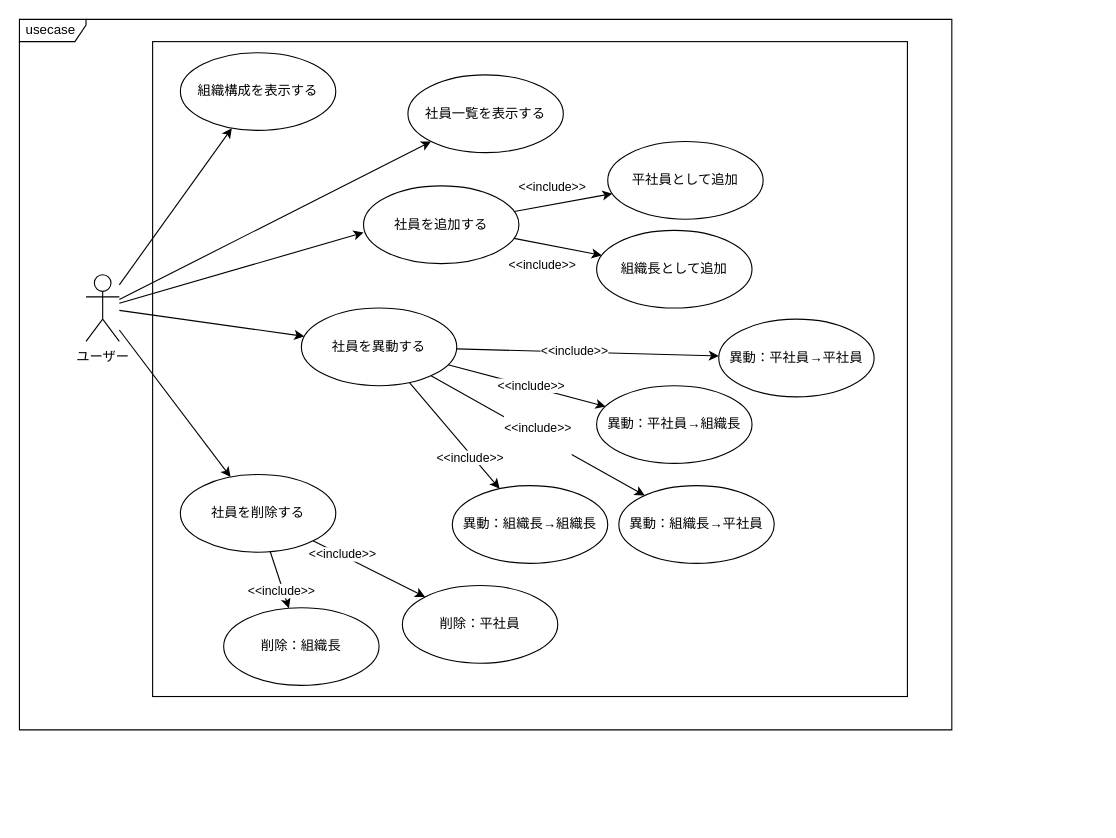
Before: page "ページ1" (1 of 2) of Designs/ユースケース/Usecases.drawio in bosssanovar/LightMvvmSample, a draw.io diagram. Source tidied: cells renumbered, new cells numbered last; positions are measured from the earlier drawing's top-left corner, leaving out a move shared by most shapes. Both pictures are drawn from the tidied source at 111%, with x=0, y=0 at pixel (19, 19).
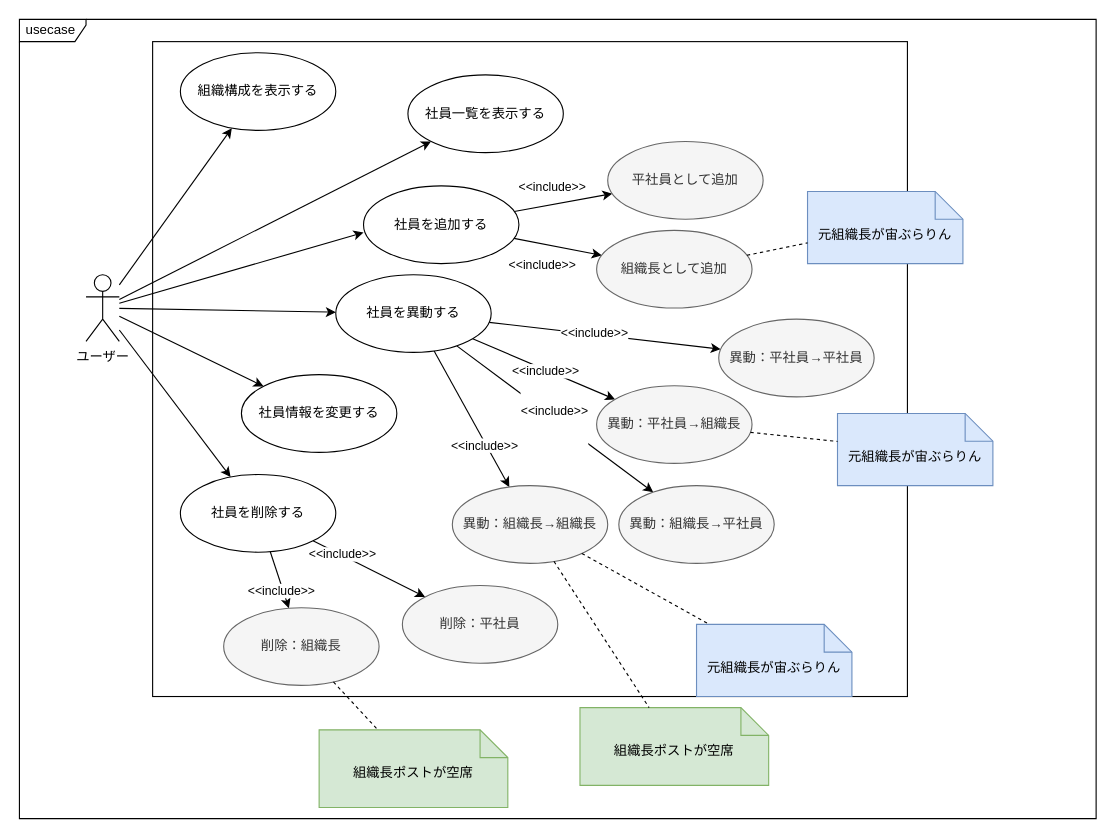
After the change.

Unchanged cells that the change refers to:
```xml
<mxCell id="27" value="ユーザー" style="shape=umlActor;verticalLabelPosition=bottom;verticalAlign=top;html=1;" parent="1" vertex="1">
  <mxGeometry x="60" y="230" width="30" height="60" as="geometry" />
</mxCell>
```

Diff of the diagram source:
```diff
@@
     <mxCell id="2" value="usecase&amp;nbsp;" style="shape=umlFrame;whiteSpace=wrap;html=1;width=60;height=20;swimlaneFillColor=#FFFFFF;" parent="1" vertex="1">
-      <mxGeometry width="840" height="640" as="geometry" />
+      <mxGeometry width="970" height="720" as="geometry" />
     </mxCell>
@@
     <mxCell id="16" value="社員を異動する" style="ellipse;whiteSpace=wrap;html=1;" parent="1" vertex="1">
-      <mxGeometry x="254" y="260" width="140" height="70" as="geometry" />
+      <mxGeometry x="285" y="230" width="140" height="70" as="geometry" />
     </mxCell>
@@
+    <mxCell id="38" style="edgeStyle=none;html=1;" parent="1" edge="1" source="27" target="39">
+      <mxGeometry relative="1" as="geometry" />
+    </mxCell>
@@
-    <mxCell id="30" value="平社員として追加" style="ellipse;whiteSpace=wrap;html=1;" parent="1" vertex="1">
+    <mxCell id="30" value="平社員として追加" style="ellipse;whiteSpace=wrap;html=1;fillColor=#f5f5f5;fontColor=#333333;strokeColor=#666666;" parent="1" vertex="1">
       <mxGeometry x="530" y="110" width="140" height="70" as="geometry" />
     </mxCell>
-    <mxCell id="31" value="組織長として追加" style="ellipse;whiteSpace=wrap;html=1;" parent="1" vertex="1">
+    <mxCell id="31" value="組織長として追加" style="ellipse;whiteSpace=wrap;html=1;fillColor=#f5f5f5;fontColor=#333333;strokeColor=#666666;" parent="1" vertex="1">
       <mxGeometry x="520" y="190" width="140" height="70" as="geometry" />
     </mxCell>
-    <mxCell id="32" value="異動：平社員→平社員" style="ellipse;whiteSpace=wrap;html=1;" parent="1" vertex="1">
+    <mxCell id="32" value="異動：平社員→平社員" style="ellipse;whiteSpace=wrap;html=1;fillColor=#f5f5f5;fontColor=#333333;strokeColor=#666666;" parent="1" vertex="1">
       <mxGeometry x="630" y="270" width="140" height="70" as="geometry" />
     </mxCell>
-    <mxCell id="33" value="異動：平社員→組織長" style="ellipse;whiteSpace=wrap;html=1;" parent="1" vertex="1">
+    <mxCell id="33" value="異動：平社員→組織長" style="ellipse;whiteSpace=wrap;html=1;fillColor=#f5f5f5;fontColor=#333333;strokeColor=#666666;" parent="1" vertex="1">
       <mxGeometry x="520" y="330" width="140" height="70" as="geometry" />
     </mxCell>
-    <mxCell id="34" value="異動：組織長→平社員" style="ellipse;whiteSpace=wrap;html=1;" parent="1" vertex="1">
+    <mxCell id="34" value="異動：組織長→平社員" style="ellipse;whiteSpace=wrap;html=1;fillColor=#f5f5f5;fontColor=#333333;strokeColor=#666666;" parent="1" vertex="1">
       <mxGeometry x="540" y="420" width="140" height="70" as="geometry" />
     </mxCell>
-    <mxCell id="35" value="異動：組織長→組織長" style="ellipse;whiteSpace=wrap;html=1;" parent="1" vertex="1">
+    <mxCell id="35" value="異動：組織長→組織長" style="ellipse;whiteSpace=wrap;html=1;fillColor=#f5f5f5;fontColor=#333333;strokeColor=#666666;" parent="1" vertex="1">
       <mxGeometry x="390" y="420" width="140" height="70" as="geometry" />
     </mxCell>
-    <mxCell id="36" value="削除：平社員" style="ellipse;whiteSpace=wrap;html=1;" parent="1" vertex="1">
+    <mxCell id="36" value="削除：平社員" style="ellipse;whiteSpace=wrap;html=1;fillColor=#f5f5f5;fontColor=#333333;strokeColor=#666666;" parent="1" vertex="1">
       <mxGeometry x="345" y="510" width="140" height="70" as="geometry" />
     </mxCell>
-    <mxCell id="37" value="削除：組織長" style="ellipse;whiteSpace=wrap;html=1;" parent="1" vertex="1">
+    <mxCell id="37" value="削除：組織長" style="ellipse;whiteSpace=wrap;html=1;fillColor=#f5f5f5;fontColor=#333333;strokeColor=#666666;" parent="1" vertex="1">
       <mxGeometry x="184" y="530" width="140" height="70" as="geometry" />
     </mxCell>
+    <mxCell id="39" value="社員情報を変更する" style="ellipse;whiteSpace=wrap;html=1;" parent="1" vertex="1">
+      <mxGeometry x="200" y="320" width="140" height="70" as="geometry" />
+    </mxCell>
+    <mxCell id="40" value="元組織長が宙ぶらりん" style="shape=note2;boundedLbl=1;whiteSpace=wrap;html=1;size=25;verticalAlign=top;align=center;fillColor=#dae8fc;strokeColor=#6c8ebf;" parent="1" vertex="1">
+      <mxGeometry x="710" y="155" width="140" height="65" as="geometry" />
+    </mxCell>
+    <mxCell id="41" value="組織長ポストが空席" style="shape=note2;boundedLbl=1;whiteSpace=wrap;html=1;size=25;verticalAlign=top;align=center;fillColor=#d5e8d4;strokeColor=#82b366;" parent="1" vertex="1">
+      <mxGeometry x="270" y="640" width="170" height="70" as="geometry" />
+    </mxCell>
+    <mxCell id="42" style="endArrow=none;dashed=1;html=1;" parent="1" edge="1" source="31" target="40">
+      <mxGeometry relative="1" as="geometry" />
+    </mxCell>
+    <mxCell id="43" value="元組織長が宙ぶらりん" style="shape=note2;boundedLbl=1;whiteSpace=wrap;html=1;size=25;verticalAlign=top;align=center;fillColor=#dae8fc;strokeColor=#6c8ebf;" parent="1" vertex="1">
+      <mxGeometry x="737" y="355" width="140" height="65" as="geometry" />
+    </mxCell>
+    <mxCell id="44" value="組織長ポストが空席" style="shape=note2;boundedLbl=1;whiteSpace=wrap;html=1;size=25;verticalAlign=top;align=center;fillColor=#d5e8d4;strokeColor=#82b366;" parent="1" vertex="1">
+      <mxGeometry x="505" y="620" width="170" height="70" as="geometry" />
+    </mxCell>
+    <mxCell id="45" value="元組織長が宙ぶらりん" style="shape=note2;boundedLbl=1;whiteSpace=wrap;html=1;size=25;verticalAlign=top;align=center;fillColor=#dae8fc;strokeColor=#6c8ebf;" parent="1" vertex="1">
+      <mxGeometry x="610" y="545" width="140" height="65" as="geometry" />
+    </mxCell>
+    <mxCell id="46" style="endArrow=none;dashed=1;html=1;" parent="1" edge="1" source="33" target="43">
+      <mxGeometry relative="1" as="geometry" />
+    </mxCell>
+    <mxCell id="47" style="endArrow=none;dashed=1;html=1;" parent="1" edge="1" source="35" target="45">
+      <mxGeometry relative="1" as="geometry" />
+    </mxCell>
+    <mxCell id="48" style="endArrow=none;dashed=1;html=1;" parent="1" edge="1" source="35" target="44">
+      <mxGeometry relative="1" as="geometry" />
+    </mxCell>
+    <mxCell id="49" style="endArrow=none;dashed=1;html=1;" parent="1" edge="1" source="37" target="41">
+      <mxGeometry relative="1" as="geometry" />
+    </mxCell>
```
